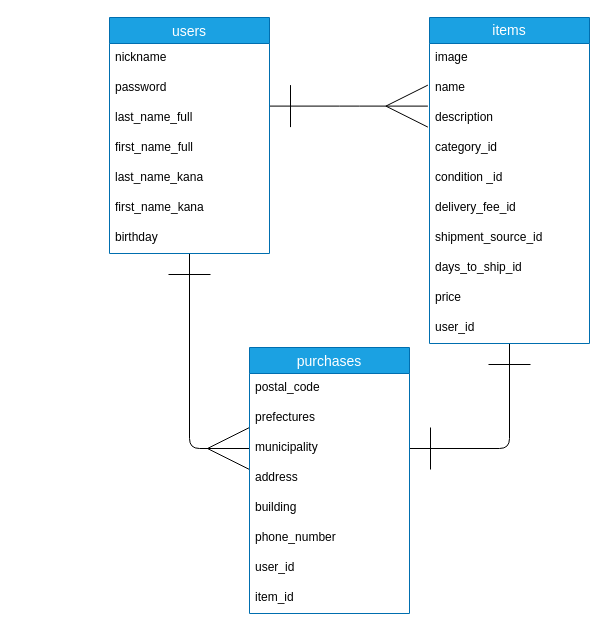
Above: er.dio in takuro-yamamoto/furima-31958 (draw.io), before the change. Source tidied: cells renumbered, new cells numbered last; positions are measured from the earlier drawing's top-left corner, leaving out a move shared by most shapes. Both pictures are drawn from the tidied source at 100%, with x=0, y=0 at pixel (109, 17).
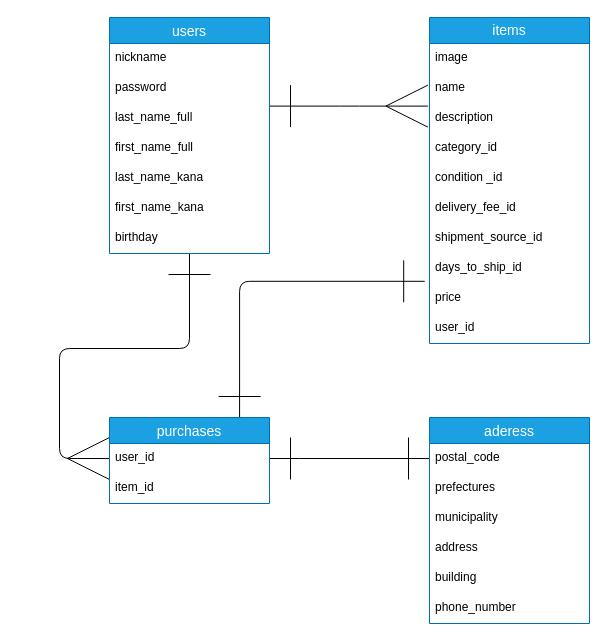
The same diagram, later.

Unchanged cells that the change refers to:
```xml
<mxCell id="4" value="users" style="swimlane;fontStyle=0;horizontal=1;startSize=26;align=center;fontSize=14;fillColor=#1ba1e2;strokeColor=#006EAF;fontColor=#ffffff;" parent="1" vertex="1">
  <mxGeometry width="160" height="236" as="geometry" />
</mxCell>
<mxCell id="13" value="items" style="swimlane;fontStyle=0;horizontal=1;startSize=26;align=center;fontSize=14;whiteSpace=wrap;html=1;fillColor=#1ba1e2;strokeColor=#006EAF;fontColor=#ffffff;" parent="1" vertex="1">
  <mxGeometry x="320" width="160" height="326" as="geometry" />
</mxCell>
<mxCell id="21" value="days_to_ship_id" style="text;strokeColor=none;fillColor=none;spacingLeft=4;spacingRight=4;overflow=hidden;points=[[0,0.5],[1,0.5]];portConstraint=eastwest;fontSize=12;" parent="13" vertex="1">
  <mxGeometry y="236" width="160" height="30" as="geometry" />
</mxCell>
```

Change to the diagram source:
```diff
@@
-    <mxCell id="2" style="edgeStyle=orthogonalEdgeStyle;jettySize=auto;html=1;endArrow=ERmany;endFill=0;endSize=40;startSize=40;targetPerimeterSpacing=0;startArrow=ERone;startFill=0;" parent="1" edge="1" source="4" target="27">
-      <mxGeometry relative="1" as="geometry" />
-    </mxCell>
@@
+    <mxCell id="33" style="edgeStyle=orthogonalEdgeStyle;rounded=1;jettySize=auto;html=1;entryX=0;entryY=0.5;entryDx=0;entryDy=0;endArrow=ERmany;endFill=0;startArrow=ERone;startFill=0;endSize=40;startSize=40;" parent="1" edge="1" source="4" target="31">
+      <mxGeometry relative="1" as="geometry" />
+    </mxCell>
@@
-    <mxCell id="12" style="edgeStyle=orthogonalEdgeStyle;jettySize=auto;html=1;entryX=1;entryY=0.5;entryDx=0;entryDy=0;startArrow=ERone;startFill=0;startSize=40;endArrow=ERone;endFill=0;endSize=40;targetPerimeterSpacing=0;" parent="1" edge="1" source="13" target="27">
-      <mxGeometry relative="1" as="geometry" />
-    </mxCell>
+    <mxCell id="34" style="rounded=1;jettySize=auto;html=1;entryX=0.813;entryY=0;entryDx=0;entryDy=0;entryPerimeter=0;startArrow=ERone;startFill=0;startSize=40;endArrow=ERone;endFill=0;endSize=40;jumpStyle=none;edgeStyle=orthogonalEdgeStyle;exitX=-0.03;exitY=0.927;exitDx=0;exitDy=0;exitPerimeter=0;" parent="1" edge="1" source="21" target="24">
+      <mxGeometry relative="1" as="geometry" />
+    </mxCell>
@@
+    <mxCell id="35" style="edgeStyle=orthogonalEdgeStyle;rounded=0;jettySize=auto;html=1;entryX=0;entryY=0.5;entryDx=0;entryDy=0;startArrow=ERone;startFill=0;startSize=40;endArrow=ERone;endFill=0;endSize=40;" parent="1" edge="1" source="24" target="25">
+      <mxGeometry relative="1" as="geometry">
+        <Array as="points">
+          <mxPoint x="190" y="441" />
+          <mxPoint x="190" y="441" />
+        </Array>
+      </mxGeometry>
+    </mxCell>
     <mxCell id="24" value="purchases" style="swimlane;fontStyle=0;horizontal=1;startSize=26;align=center;fontSize=14;fillColor=#1ba1e2;strokeColor=#006EAF;fontColor=#ffffff;" parent="1" vertex="1">
-      <mxGeometry x="140" y="330" width="160" height="266" as="geometry" />
+      <mxGeometry y="400" width="160" height="86" as="geometry" />
     </mxCell>
+    <mxCell id="31" value="user_id" style="text;strokeColor=none;fillColor=none;spacingLeft=4;spacingRight=4;overflow=hidden;points=[[0,0.5],[1,0.5]];portConstraint=eastwest;fontSize=12;" parent="24" vertex="1">
+      <mxGeometry y="26" width="160" height="30" as="geometry" />
+    </mxCell>
+    <mxCell id="32" value="item_id" style="text;strokeColor=none;fillColor=none;spacingLeft=4;spacingRight=4;overflow=hidden;fontSize=12;" parent="24" vertex="1">
+      <mxGeometry y="56" width="160" height="30" as="geometry" />
+    </mxCell>
+    <mxCell id="36" value="aderess" style="swimlane;fontStyle=0;horizontal=1;startSize=26;align=center;fontSize=14;fillColor=#1ba1e2;strokeColor=#006EAF;fontColor=#ffffff;" parent="1" vertex="1">
+      <mxGeometry x="320" y="400" width="160" height="206" as="geometry" />
+    </mxCell>
-    <mxCell id="25" value="postal_code" style="text;strokeColor=none;fillColor=none;spacingLeft=4;spacingRight=4;overflow=hidden;points=[[0,0.5],[1,0.5]];portConstraint=eastwest;fontSize=12;" parent="24" vertex="1">
+    <mxCell id="25" value="postal_code" style="text;strokeColor=none;fillColor=none;spacingLeft=4;spacingRight=4;overflow=hidden;points=[[0,0.5],[1,0.5]];portConstraint=eastwest;fontSize=12;" parent="36" vertex="1">
       <mxGeometry y="26" width="160" height="30" as="geometry" />
     </mxCell>
-    <mxCell id="26" value="prefectures" style="text;strokeColor=none;fillColor=none;spacingLeft=4;spacingRight=4;overflow=hidden;fontSize=12;" parent="24" vertex="1">
+    <mxCell id="26" value="prefectures" style="text;strokeColor=none;fillColor=none;spacingLeft=4;spacingRight=4;overflow=hidden;fontSize=12;" parent="36" vertex="1">
       <mxGeometry y="56" width="160" height="30" as="geometry" />
     </mxCell>
-    <mxCell id="27" value="municipality" style="text;strokeColor=none;fillColor=none;spacingLeft=4;spacingRight=4;overflow=hidden;points=[[0,0.5],[1,0.5]];portConstraint=eastwest;fontSize=12;" parent="24" vertex="1">
+    <mxCell id="27" value="municipality" style="text;strokeColor=none;fillColor=none;spacingLeft=4;spacingRight=4;overflow=hidden;points=[[0,0.5],[1,0.5]];portConstraint=eastwest;fontSize=12;" parent="36" vertex="1">
       <mxGeometry y="86" width="160" height="30" as="geometry" />
     </mxCell>
-    <mxCell id="28" value="address" style="text;strokeColor=none;fillColor=none;spacingLeft=4;spacingRight=4;overflow=hidden;fontSize=12;" parent="24" vertex="1">
+    <mxCell id="28" value="address" style="text;strokeColor=none;fillColor=none;spacingLeft=4;spacingRight=4;overflow=hidden;fontSize=12;" parent="36" vertex="1">
       <mxGeometry y="116" width="160" height="30" as="geometry" />
     </mxCell>
-    <mxCell id="29" value="building" style="text;strokeColor=none;fillColor=none;spacingLeft=4;spacingRight=4;overflow=hidden;fontSize=12;" parent="24" vertex="1">
+    <mxCell id="29" value="building" style="text;strokeColor=none;fillColor=none;spacingLeft=4;spacingRight=4;overflow=hidden;fontSize=12;" parent="36" vertex="1">
       <mxGeometry y="146" width="160" height="30" as="geometry" />
     </mxCell>
-    <mxCell id="30" value="phone_number" style="text;strokeColor=none;fillColor=none;spacingLeft=4;spacingRight=4;overflow=hidden;fontSize=12;" parent="24" vertex="1">
+    <mxCell id="30" value="phone_number" style="text;strokeColor=none;fillColor=none;spacingLeft=4;spacingRight=4;overflow=hidden;fontSize=12;" parent="36" vertex="1">
       <mxGeometry y="176" width="160" height="30" as="geometry" />
     </mxCell>
-    <mxCell id="31" value="user_id" style="text;strokeColor=none;fillColor=none;spacingLeft=4;spacingRight=4;overflow=hidden;points=[[0,0.5],[1,0.5]];portConstraint=eastwest;fontSize=12;" parent="24" vertex="1">
-      <mxGeometry y="206" width="160" height="30" as="geometry" />
-    </mxCell>
-    <mxCell id="32" value="item_id" style="text;strokeColor=none;fillColor=none;spacingLeft=4;spacingRight=4;overflow=hidden;fontSize=12;" parent="24" vertex="1">
-      <mxGeometry y="236" width="160" height="30" as="geometry" />
-    </mxCell>
```
